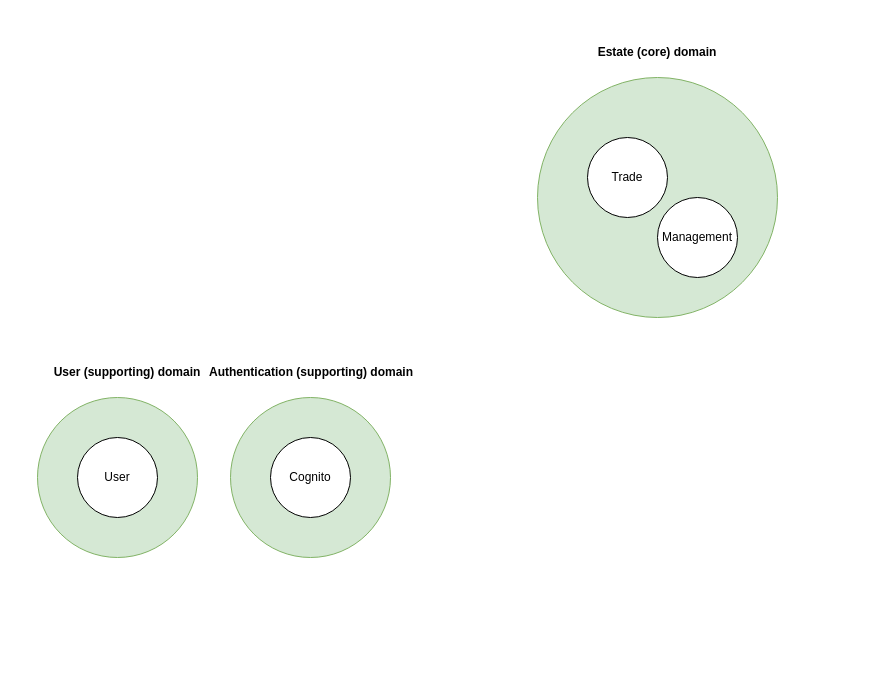
Before: diagrams/context-map.drawio in michael-codesjs/neumba, a draw.io diagram. Source tidied: cells renumbered, new cells numbered last; positions are measured from the earlier drawing's top-left corner, leaving out a move shared by most shapes. Both pictures are drawn from the tidied source at 100%, with x=0, y=0 at pixel (37, 37).
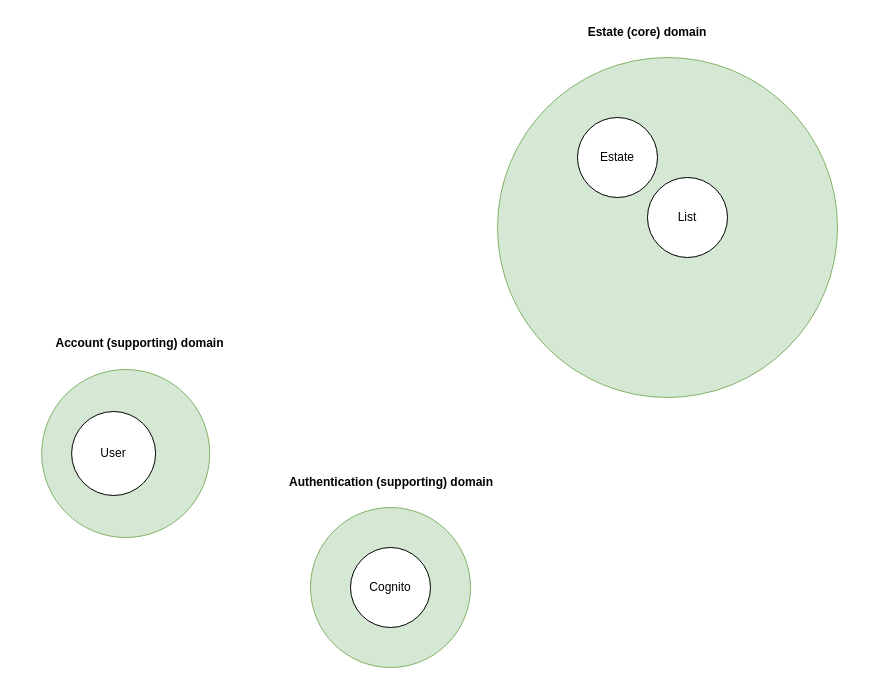
The same diagram, later.

The edit, as a diff of the source:
```diff
@@
 <mxGraphModel>
   <root>
     <mxCell id="0" />
     <mxCell id="1" parent="0" />
-    <mxCell id="2" style="group;" parent="1" vertex="1">
-      <mxGeometry x="500" width="240" height="280" as="geometry" />
-    </mxCell>
-    <mxCell id="3" style="group;" parent="2" vertex="1">
-      <mxGeometry y="40" width="240" height="240" as="geometry" />
-    </mxCell>
-    <mxCell id="4" style="ellipse;whiteSpace=wrap;html=1;fillColor=#d5e8d4;strokeColor=#82b366;" parent="3" vertex="1">
-      <mxGeometry width="240" height="240" as="geometry" />
-    </mxCell>
-    <mxCell id="5" value="Trade" style="ellipse;whiteSpace=wrap;html=1;" parent="3" vertex="1">
-      <mxGeometry x="50" y="60" width="80" height="80" as="geometry" />
-    </mxCell>
-    <mxCell id="6" value="Management" style="ellipse;whiteSpace=wrap;html=1;" parent="3" vertex="1">
-      <mxGeometry x="120" y="120" width="80" height="80" as="geometry" />
-    </mxCell>
-    <mxCell id="7" value="&lt;b&gt;Estate (core) domain&lt;/b&gt;" style="text;html=1;strokeColor=none;fillColor=none;align=center;verticalAlign=middle;whiteSpace=wrap;rounded=0;" parent="2" vertex="1">
-      <mxGeometry x="50" width="140" height="30" as="geometry" />
-    </mxCell>
     <mxCell id="8" style="group;" parent="1" vertex="1">
-      <mxGeometry y="320" width="170" height="200" as="geometry" />
+      <mxGeometry x="-20" y="290" width="230" height="210" as="geometry" />
     </mxCell>
-    <mxCell id="9" value="&lt;b&gt;User (supporting) domain&lt;/b&gt;" style="text;html=1;strokeColor=none;fillColor=none;align=center;verticalAlign=middle;whiteSpace=wrap;rounded=0;" parent="8" vertex="1">
-      <mxGeometry x="10" width="160" height="30" as="geometry" />
+    <mxCell id="9" value="&lt;b&gt;Account (supporting) domain&lt;/b&gt;" style="text;html=1;strokeColor=none;fillColor=none;align=center;verticalAlign=middle;whiteSpace=wrap;rounded=0;" parent="8" vertex="1">
+      <mxGeometry x="13.5" width="216.5" height="31.5" as="geometry" />
     </mxCell>
     <mxCell id="10" style="group;" parent="8" vertex="1">
-      <mxGeometry y="40" width="160" height="160" as="geometry" />
+      <mxGeometry y="42" width="216.5" height="168" as="geometry" />
     </mxCell>
     <mxCell id="11" style="ellipse;whiteSpace=wrap;html=1;fillColor=#d5e8d4;strokeColor=#82b366;" parent="10" vertex="1">
-      <mxGeometry width="160" height="160" as="geometry" />
+      <mxGeometry x="24.2" width="168" height="168" as="geometry" />
     </mxCell>
     <mxCell id="12" value="User" style="ellipse;whiteSpace=wrap;html=1;" parent="10" vertex="1">
-      <mxGeometry x="40" y="40" width="80" height="80" as="geometry" />
+      <mxGeometry x="54.1" y="42" width="84" height="84" as="geometry" />
     </mxCell>
     <mxCell id="13" style="group;" parent="1" vertex="1">
-      <mxGeometry x="160" y="320" width="230" height="200" as="geometry" />
+      <mxGeometry x="240" y="430" width="230" height="200" as="geometry" />
     </mxCell>
     <mxCell id="14" value="&lt;b&gt;Authentication (supporting) domain&lt;/b&gt;" style="text;html=1;strokeColor=none;fillColor=none;align=center;verticalAlign=middle;whiteSpace=wrap;rounded=0;" parent="13" vertex="1">
       <mxGeometry x="4" width="220" height="30" as="geometry" />
     </mxCell>
     <mxCell id="15" style="group;" parent="13" vertex="1">
       <mxGeometry x="33" y="40" width="160" height="160" as="geometry" />
     </mxCell>
     <mxCell id="16" style="ellipse;whiteSpace=wrap;html=1;fillColor=#d5e8d4;strokeColor=#82b366;" parent="15" vertex="1">
       <mxGeometry width="160" height="160" as="geometry" />
     </mxCell>
     <mxCell id="17" value="Cognito" style="ellipse;whiteSpace=wrap;html=1;" parent="15" vertex="1">
       <mxGeometry x="40" y="40" width="80" height="80" as="geometry" />
     </mxCell>
+    <mxCell id="3" style="group;" parent="1" vertex="1">
+      <mxGeometry x="490" y="20" width="340" height="340" as="geometry" />
+    </mxCell>
+    <mxCell id="4" style="ellipse;whiteSpace=wrap;html=1;fillColor=#d5e8d4;strokeColor=#82b366;" parent="3" vertex="1">
+      <mxGeometry x="-30" width="340" height="340" as="geometry" />
+    </mxCell>
+    <mxCell id="5" value="Estate" style="ellipse;whiteSpace=wrap;html=1;" parent="3" vertex="1">
+      <mxGeometry x="50" y="60" width="80" height="80" as="geometry" />
+    </mxCell>
+    <mxCell id="6" value="List" style="ellipse;whiteSpace=wrap;html=1;" parent="3" vertex="1">
+      <mxGeometry x="120" y="120" width="80" height="80" as="geometry" />
+    </mxCell>
+    <mxCell id="7" value="&lt;b&gt;Estate (core) domain&lt;/b&gt;" style="text;html=1;strokeColor=none;fillColor=none;align=center;verticalAlign=middle;whiteSpace=wrap;rounded=0;" parent="1" vertex="1">
+      <mxGeometry x="540" y="-20" width="140" height="30" as="geometry" />
+    </mxCell>
   </root>
 </mxGraphModel>
```
